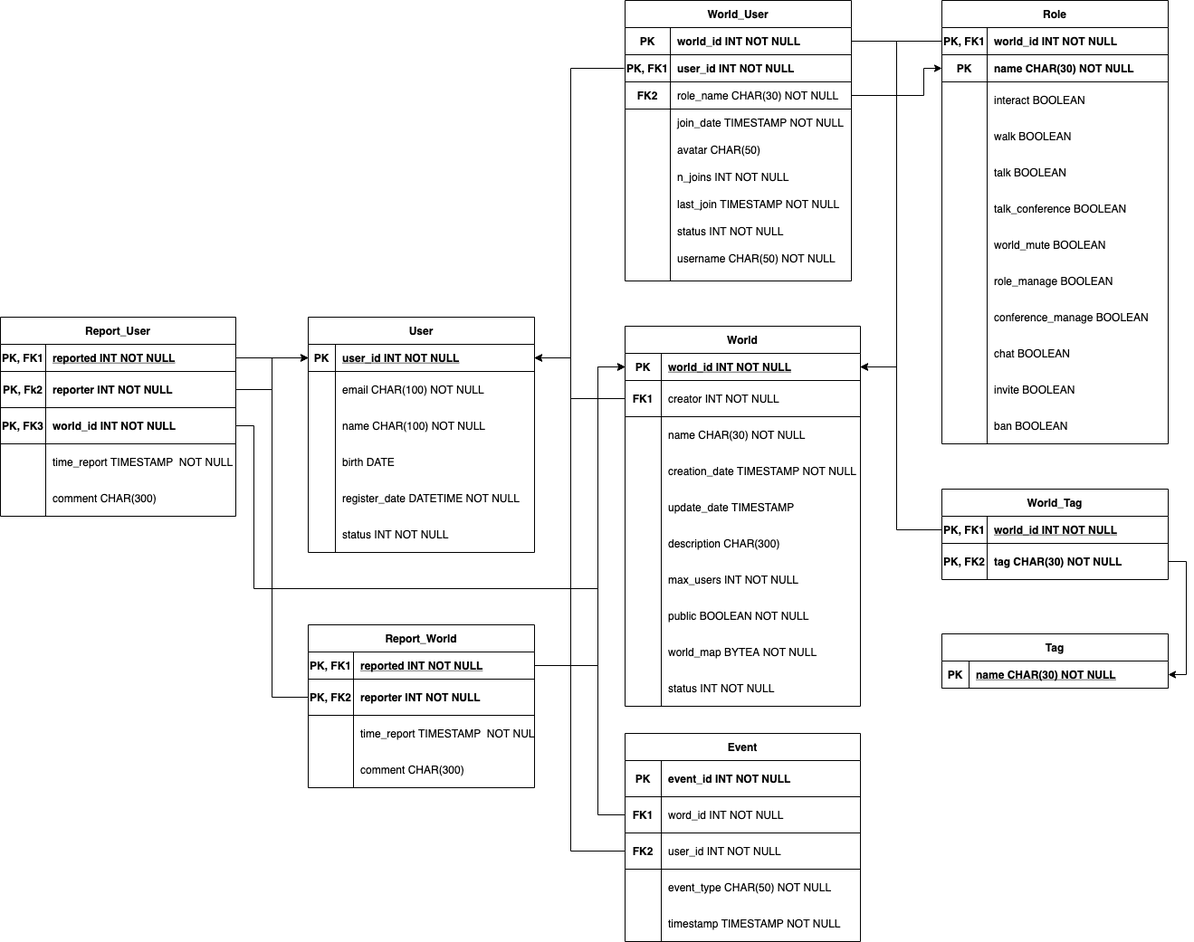
The draw.io diagram Images/Database Modelation/Relational_Schema.png in Crowd-Wire/ProjectDocumentation, before a commit. Source tidied: cells renumbered, new cells last; positions are measured from the earlier drawing's top-left corner, leaving out a move shared by most shapes.
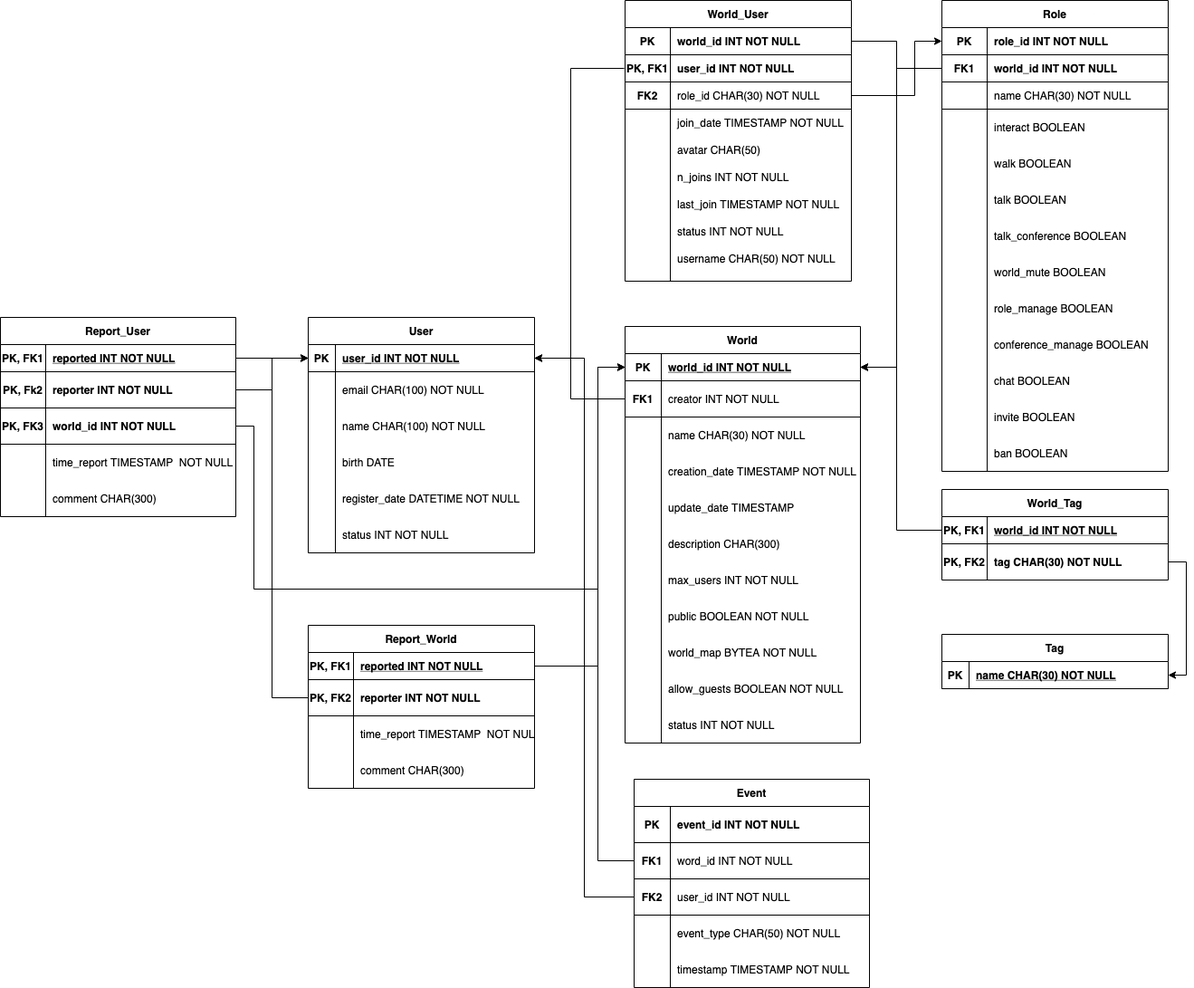
Above is the later version.

Diff of the diagram source:
```diff
@@ -60,7 +60,7 @@
       <mxGeometry x="30" width="220" height="40" as="geometry" />
     </mxCell>
     <mxCell id="21" value="World" style="shape=table;startSize=30;rowLines=0;fontStyle=1;align=center;" parent="1" vertex="1">
-      <mxGeometry x="690" y="360" width="260" height="420" as="geometry" />
+      <mxGeometry x="690" y="360" width="260" height="460" as="geometry" />
     </mxCell>
     <mxCell id="22" style="shape=partialRectangle;fillColor=none;points=[[0,0.5],[1,0.5]];portConstraint=eastwest;top=0;left=0;right=0;bottom=1;" parent="21" vertex="1">
       <mxGeometry y="30" width="260" height="30" as="geometry" />
@@ -134,17 +134,26 @@
     <mxCell id="45" value="public BOOLEAN NOT NULL" style="shape=partialRectangle;overflow=hidden;fillColor=none;top=0;left=0;bottom=0;right=0;align=left;spacingLeft=6;" parent="43" vertex="1">
       <mxGeometry x="40" width="220" height="40" as="geometry" />
     </mxCell>
+    <mxCell id="187" style="shape=partialRectangle;fillColor=none;top=0;left=0;right=0;bottom=0;" parent="21" vertex="1">
+      <mxGeometry y="340" width="260" height="40" as="geometry" />
+    </mxCell>
+    <mxCell id="188" style="shape=partialRectangle;overflow=hidden;fillColor=none;top=0;left=0;bottom=0;right=0;" parent="187" vertex="1">
+      <mxGeometry width="40" height="40" as="geometry" />
+    </mxCell>
+    <mxCell id="189" value="world_map BYTEA NOT NULL" style="shape=partialRectangle;overflow=hidden;fillColor=none;top=0;left=0;bottom=0;right=0;align=left;spacingLeft=6;" parent="187" vertex="1">
+      <mxGeometry x="40" width="220" height="40" as="geometry" />
+    </mxCell>
     <mxCell id="46" style="shape=partialRectangle;fillColor=none;top=0;left=0;right=0;bottom=0;" parent="21" vertex="1">
-      <mxGeometry y="340" width="260" height="40" as="geometry" />
+      <mxGeometry y="380" width="260" height="40" as="geometry" />
     </mxCell>
     <mxCell id="47" style="shape=partialRectangle;overflow=hidden;fillColor=none;top=0;left=0;bottom=0;right=0;" parent="46" vertex="1">
       <mxGeometry width="40" height="40" as="geometry" />
     </mxCell>
-    <mxCell id="48" value="world_map BYTEA NOT NULL" style="shape=partialRectangle;overflow=hidden;fillColor=none;top=0;left=0;bottom=0;right=0;align=left;spacingLeft=6;" parent="46" vertex="1">
+    <mxCell id="48" value="allow_guests BOOLEAN NOT NULL" style="shape=partialRectangle;overflow=hidden;fillColor=none;top=0;left=0;bottom=0;right=0;align=left;spacingLeft=6;" parent="46" vertex="1">
       <mxGeometry x="40" width="220" height="40" as="geometry" />
     </mxCell>
     <mxCell id="49" style="shape=partialRectangle;fillColor=none;top=0;left=0;right=0;bottom=0;" parent="21" vertex="1">
-      <mxGeometry y="380" width="260" height="40" as="geometry" />
+      <mxGeometry y="420" width="260" height="40" as="geometry" />
     </mxCell>
     <mxCell id="50" style="shape=partialRectangle;overflow=hidden;fillColor=none;top=0;left=0;bottom=0;right=0;" parent="49" vertex="1">
       <mxGeometry width="40" height="40" as="geometry" />
@@ -187,7 +196,7 @@
     <mxCell id="61" value="FK2" style="shape=partialRectangle;overflow=hidden;fillColor=none;top=0;left=0;bottom=0;right=0;fontStyle=1;" parent="60" vertex="1">
       <mxGeometry width="50" height="30" as="geometry" />
     </mxCell>
-    <mxCell id="62" value="role_name CHAR(30) NOT NULL" style="shape=partialRectangle;overflow=hidden;fillColor=none;top=0;left=0;bottom=0;right=0;align=left;spacingLeft=6;fontStyle=0;" parent="60" vertex="1">
+    <mxCell id="62" value="role_id CHAR(30) NOT NULL" style="shape=partialRectangle;overflow=hidden;fillColor=none;top=0;left=0;bottom=0;right=0;align=left;spacingLeft=6;fontStyle=0;" parent="60" vertex="1">
       <mxGeometry x="50" width="200" height="30" as="geometry" />
     </mxCell>
     <mxCell id="63" style="shape=partialRectangle;fillColor=none;top=0;left=0;right=0;bottom=0;" parent="53" vertex="1">
@@ -253,28 +262,37 @@
       </mxGeometry>
     </mxCell>
     <mxCell id="82" value="Role" style="shape=table;startSize=30;rowLines=0;fontStyle=1;align=center;" parent="1" vertex="1">
-      <mxGeometry x="1040" width="250" height="490" as="geometry" />
+      <mxGeometry x="1040" width="250" height="520" as="geometry" />
     </mxCell>
+    <mxCell id="190" style="shape=partialRectangle;fillColor=none;points=[[0,0.5],[1,0.5]];portConstraint=eastwest;top=0;left=0;right=0;bottom=1;" parent="82" vertex="1">
+      <mxGeometry y="30" width="250" height="30" as="geometry" />
+    </mxCell>
+    <mxCell id="191" value="PK" style="shape=partialRectangle;overflow=hidden;fillColor=none;top=0;left=0;bottom=0;right=0;fontStyle=1;" parent="190" vertex="1">
+      <mxGeometry width="50" height="30" as="geometry" />
+    </mxCell>
+    <mxCell id="192" value="role_id INT NOT NULL" style="shape=partialRectangle;overflow=hidden;fillColor=none;top=0;left=0;bottom=0;right=0;align=left;spacingLeft=6;fontStyle=1;" parent="190" vertex="1">
+      <mxGeometry x="50" width="200" height="30" as="geometry" />
+    </mxCell>
     <mxCell id="83" style="shape=partialRectangle;fillColor=none;points=[[0,0.5],[1,0.5]];portConstraint=eastwest;top=0;left=0;right=0;bottom=1;" parent="82" vertex="1">
-      <mxGeometry y="30" width="250" height="30" as="geometry" />
+      <mxGeometry y="60" width="250" height="30" as="geometry" />
     </mxCell>
-    <mxCell id="84" value="PK, FK1" style="shape=partialRectangle;overflow=hidden;fillColor=none;top=0;left=0;bottom=0;right=0;fontStyle=1;" parent="83" vertex="1">
+    <mxCell id="84" value="FK1" style="shape=partialRectangle;overflow=hidden;fillColor=none;top=0;left=0;bottom=0;right=0;fontStyle=1;" parent="83" vertex="1">
       <mxGeometry width="50" height="30" as="geometry" />
     </mxCell>
     <mxCell id="85" value="world_id INT NOT NULL" style="shape=partialRectangle;overflow=hidden;fillColor=none;top=0;left=0;bottom=0;right=0;align=left;spacingLeft=6;fontStyle=1;" parent="83" vertex="1">
       <mxGeometry x="50" width="200" height="30" as="geometry" />
     </mxCell>
     <mxCell id="86" style="shape=partialRectangle;fillColor=none;points=[[0,0.5],[1,0.5]];portConstraint=eastwest;top=0;left=0;right=0;bottom=1;" parent="82" vertex="1">
-      <mxGeometry y="60" width="250" height="30" as="geometry" />
+      <mxGeometry y="90" width="250" height="30" as="geometry" />
     </mxCell>
-    <mxCell id="87" value="PK" style="shape=partialRectangle;overflow=hidden;fillColor=none;top=0;left=0;bottom=0;right=0;fontStyle=1;" parent="86" vertex="1">
+    <mxCell id="87" style="shape=partialRectangle;overflow=hidden;fillColor=none;top=0;left=0;bottom=0;right=0;fontStyle=1;" parent="86" vertex="1">
       <mxGeometry width="50" height="30" as="geometry" />
     </mxCell>
-    <mxCell id="88" value="name CHAR(30)  NOT NULL" style="shape=partialRectangle;overflow=hidden;fillColor=none;top=0;left=0;bottom=0;right=0;align=left;spacingLeft=6;fontStyle=1;" parent="86" vertex="1">
+    <mxCell id="88" value="name CHAR(30)  NOT NULL" style="shape=partialRectangle;overflow=hidden;fillColor=none;top=0;left=0;bottom=0;right=0;align=left;spacingLeft=6;fontStyle=0;" parent="86" vertex="1">
       <mxGeometry x="50" width="200" height="30" as="geometry" />
     </mxCell>
     <mxCell id="89" style="shape=partialRectangle;fillColor=none;top=0;left=0;right=0;bottom=0;" parent="82" vertex="1">
-      <mxGeometry y="90" width="250" height="40" as="geometry" />
+      <mxGeometry y="120" width="250" height="40" as="geometry" />
     </mxCell>
     <mxCell id="90" style="shape=partialRectangle;overflow=hidden;fillColor=none;top=0;left=0;bottom=0;right=0;" parent="89" vertex="1">
       <mxGeometry width="50" height="40" as="geometry" />
@@ -283,7 +301,7 @@
       <mxGeometry x="50" width="200" height="40" as="geometry" />
     </mxCell>
     <mxCell id="92" style="shape=partialRectangle;fillColor=none;top=0;left=0;right=0;bottom=0;" parent="82" vertex="1">
-      <mxGeometry y="130" width="250" height="40" as="geometry" />
+      <mxGeometry y="160" width="250" height="40" as="geometry" />
     </mxCell>
     <mxCell id="93" style="shape=partialRectangle;overflow=hidden;fillColor=none;top=0;left=0;bottom=0;right=0;" parent="92" vertex="1">
       <mxGeometry width="50" height="40" as="geometry" />
@@ -292,7 +310,7 @@
       <mxGeometry x="50" width="200" height="40" as="geometry" />
     </mxCell>
     <mxCell id="95" style="shape=partialRectangle;fillColor=none;top=0;left=0;right=0;bottom=0;" parent="82" vertex="1">
-      <mxGeometry y="170" width="250" height="40" as="geometry" />
+      <mxGeometry y="200" width="250" height="40" as="geometry" />
     </mxCell>
     <mxCell id="96" style="shape=partialRectangle;overflow=hidden;fillColor=none;top=0;left=0;bottom=0;right=0;" parent="95" vertex="1">
       <mxGeometry width="50" height="40" as="geometry" />
@@ -301,7 +319,7 @@
       <mxGeometry x="50" width="200" height="40" as="geometry" />
     </mxCell>
     <mxCell id="98" style="shape=partialRectangle;fillColor=none;top=0;left=0;right=0;bottom=0;" parent="82" vertex="1">
-      <mxGeometry y="210" width="250" height="40" as="geometry" />
+      <mxGeometry y="240" width="250" height="40" as="geometry" />
     </mxCell>
     <mxCell id="99" style="shape=partialRectangle;overflow=hidden;fillColor=none;top=0;left=0;bottom=0;right=0;" parent="98" vertex="1">
       <mxGeometry width="50" height="40" as="geometry" />
@@ -310,7 +328,7 @@
       <mxGeometry x="50" width="200" height="40" as="geometry" />
     </mxCell>
     <mxCell id="101" style="shape=partialRectangle;fillColor=none;top=0;left=0;right=0;bottom=0;" parent="82" vertex="1">
-      <mxGeometry y="250" width="250" height="40" as="geometry" />
+      <mxGeometry y="280" width="250" height="40" as="geometry" />
     </mxCell>
     <mxCell id="102" style="shape=partialRectangle;overflow=hidden;fillColor=none;top=0;left=0;bottom=0;right=0;" parent="101" vertex="1">
       <mxGeometry width="50" height="40" as="geometry" />
@@ -319,7 +337,7 @@
       <mxGeometry x="50" width="200" height="40" as="geometry" />
     </mxCell>
     <mxCell id="104" style="shape=partialRectangle;fillColor=none;top=0;left=0;right=0;bottom=0;" parent="82" vertex="1">
-      <mxGeometry y="290" width="250" height="40" as="geometry" />
+      <mxGeometry y="320" width="250" height="40" as="geometry" />
     </mxCell>
     <mxCell id="105" style="shape=partialRectangle;overflow=hidden;fillColor=none;top=0;left=0;bottom=0;right=0;" parent="104" vertex="1">
       <mxGeometry width="50" height="40" as="geometry" />
@@ -328,7 +346,7 @@
       <mxGeometry x="50" width="200" height="40" as="geometry" />
     </mxCell>
     <mxCell id="107" style="shape=partialRectangle;fillColor=none;top=0;left=0;right=0;bottom=0;" parent="82" vertex="1">
-      <mxGeometry y="330" width="250" height="40" as="geometry" />
+      <mxGeometry y="360" width="250" height="40" as="geometry" />
     </mxCell>
     <mxCell id="108" style="shape=partialRectangle;overflow=hidden;fillColor=none;top=0;left=0;bottom=0;right=0;" parent="107" vertex="1">
       <mxGeometry width="50" height="40" as="geometry" />
@@ -337,7 +355,7 @@
       <mxGeometry x="50" width="200" height="40" as="geometry" />
     </mxCell>
     <mxCell id="110" style="shape=partialRectangle;fillColor=none;top=0;left=0;right=0;bottom=0;" parent="82" vertex="1">
-      <mxGeometry y="370" width="250" height="40" as="geometry" />
+      <mxGeometry y="400" width="250" height="40" as="geometry" />
     </mxCell>
     <mxCell id="111" style="shape=partialRectangle;overflow=hidden;fillColor=none;top=0;left=0;bottom=0;right=0;" parent="110" vertex="1">
       <mxGeometry width="50" height="40" as="geometry" />
@@ -346,7 +364,7 @@
       <mxGeometry x="50" width="200" height="40" as="geometry" />
     </mxCell>
     <mxCell id="113" style="shape=partialRectangle;fillColor=none;top=0;left=0;right=0;bottom=0;" parent="82" vertex="1">
-      <mxGeometry y="410" width="250" height="40" as="geometry" />
+      <mxGeometry y="440" width="250" height="40" as="geometry" />
     </mxCell>
     <mxCell id="114" style="shape=partialRectangle;overflow=hidden;fillColor=none;top=0;left=0;bottom=0;right=0;" parent="113" vertex="1">
       <mxGeometry width="50" height="40" as="geometry" />
@@ -355,7 +373,7 @@
       <mxGeometry x="50" width="200" height="40" as="geometry" />
     </mxCell>
     <mxCell id="116" style="shape=partialRectangle;fillColor=none;top=0;left=0;right=0;bottom=0;" parent="82" vertex="1">
-      <mxGeometry y="450" width="250" height="40" as="geometry" />
+      <mxGeometry y="480" width="250" height="40" as="geometry" />
     </mxCell>
     <mxCell id="117" style="shape=partialRectangle;overflow=hidden;fillColor=none;top=0;left=0;bottom=0;right=0;" parent="116" vertex="1">
       <mxGeometry width="50" height="40" as="geometry" />
@@ -366,7 +384,7 @@
     <mxCell id="119" style="edgeStyle=orthogonalEdgeStyle;rounded=0;jettySize=auto;html=1;exitX=0;exitY=0.5;exitDx=0;exitDy=0;entryX=1;entryY=0.5;entryDx=0;entryDy=0;fontColor=#000000;" parent="1" edge="1" source="83" target="22">
       <mxGeometry relative="1" as="geometry">
         <Array as="points">
-          <mxPoint x="990" y="45" />
+          <mxPoint x="990" y="75" />
           <mxPoint x="990" y="405" />
         </Array>
       </mxGeometry>
@@ -415,14 +433,6 @@
     <mxCell id="132" style="edgeStyle=orthogonalEdgeStyle;rounded=0;jettySize=auto;html=1;exitX=1;exitY=0.5;exitDx=0;exitDy=0;entryX=1;entryY=0.5;entryDx=0;entryDy=0;fontColor=#000000;" parent="1" edge="1" source="124" target="128">
       <mxGeometry relative="1" as="geometry" />
     </mxCell>
-    <mxCell id="133" style="edgeStyle=orthogonalEdgeStyle;rounded=0;jettySize=auto;html=1;exitX=1;exitY=0.5;exitDx=0;exitDy=0;entryX=0;entryY=0.5;entryDx=0;entryDy=0;" parent="1" edge="1" source="60" target="86">
-      <mxGeometry relative="1" as="geometry">
-        <Array as="points">
-          <mxPoint x="1020" y="105" />
-          <mxPoint x="1020" y="75" />
-        </Array>
-      </mxGeometry>
-    </mxCell>
     <mxCell id="134" style="edgeStyle=orthogonalEdgeStyle;rounded=0;jettySize=auto;html=1;exitX=1;exitY=0.5;exitDx=0;exitDy=0;entryX=1;entryY=0.5;entryDx=0;entryDy=0;" parent="1" edge="1" source="54" target="22">
       <mxGeometry relative="1" as="geometry">
         <Array as="points">
@@ -546,7 +556,7 @@
       </mxGeometry>
     </mxCell>
     <mxCell id="168" value="Event" style="shape=table;startSize=30;rowLines=0;fontStyle=1;align=center;" parent="1" vertex="1">
-      <mxGeometry x="690" y="810" width="260" height="230" as="geometry" />
+      <mxGeometry x="700" y="860" width="260" height="230" as="geometry" />
     </mxCell>
     <mxCell id="169" style="shape=partialRectangle;fillColor=none;top=0;left=0;right=0;bottom=1;" parent="168" vertex="1">
       <mxGeometry y="30" width="260" height="40" as="geometry" />
@@ -603,21 +613,24 @@
         </Array>
       </mxGeometry>
     </mxCell>
+    <mxCell id="193" style="edgeStyle=orthogonalEdgeStyle;rounded=0;jettySize=auto;html=1;exitX=1;exitY=0.5;exitDx=0;exitDy=0;" parent="1" edge="1" source="60" target="190">
+      <mxGeometry relative="1" as="geometry">
+        <Array as="points">
+          <mxPoint x="1010" y="105" />
+          <mxPoint x="1010" y="45" />
+        </Array>
+      </mxGeometry>
+    </mxCell>
-    <mxCell id="185" style="edgeStyle=orthogonalEdgeStyle;rounded=0;jettySize=auto;html=1;entryX=0;entryY=0.5;entryDx=0;entryDy=0;" parent="1" edge="1" source="172" target="22">
+    <mxCell id="185" style="edgeStyle=orthogonalEdgeStyle;rounded=0;jettySize=auto;html=1;exitX=0;exitY=0.5;exitDx=0;exitDy=0;entryX=0;entryY=0.5;entryDx=0;entryDy=0;" parent="1" edge="1" source="172" target="22">
       <mxGeometry relative="1" as="geometry">
         <Array as="points">
-          <mxPoint x="660" y="900" />
+          <mxPoint x="660" y="950" />
           <mxPoint x="660" y="405" />
         </Array>
       </mxGeometry>
     </mxCell>
-    <mxCell id="186" style="edgeStyle=orthogonalEdgeStyle;rounded=0;jettySize=auto;html=1;entryX=1;entryY=0.5;entryDx=0;entryDy=0;" parent="1" edge="1" source="175" target="3">
-      <mxGeometry relative="1" as="geometry">
-        <Array as="points">
-          <mxPoint x="630" y="940" />
-          <mxPoint x="630" y="395" />
-        </Array>
-      </mxGeometry>
+    <mxCell id="186" style="edgeStyle=orthogonalEdgeStyle;rounded=0;jettySize=auto;html=1;exitX=0;exitY=0.5;exitDx=0;exitDy=0;entryX=1;entryY=0.5;entryDx=0;entryDy=0;" parent="1" edge="1" source="175" target="3">
+      <mxGeometry relative="1" as="geometry" />
     </mxCell>
   </root>
 </mxGraphModel>
```
